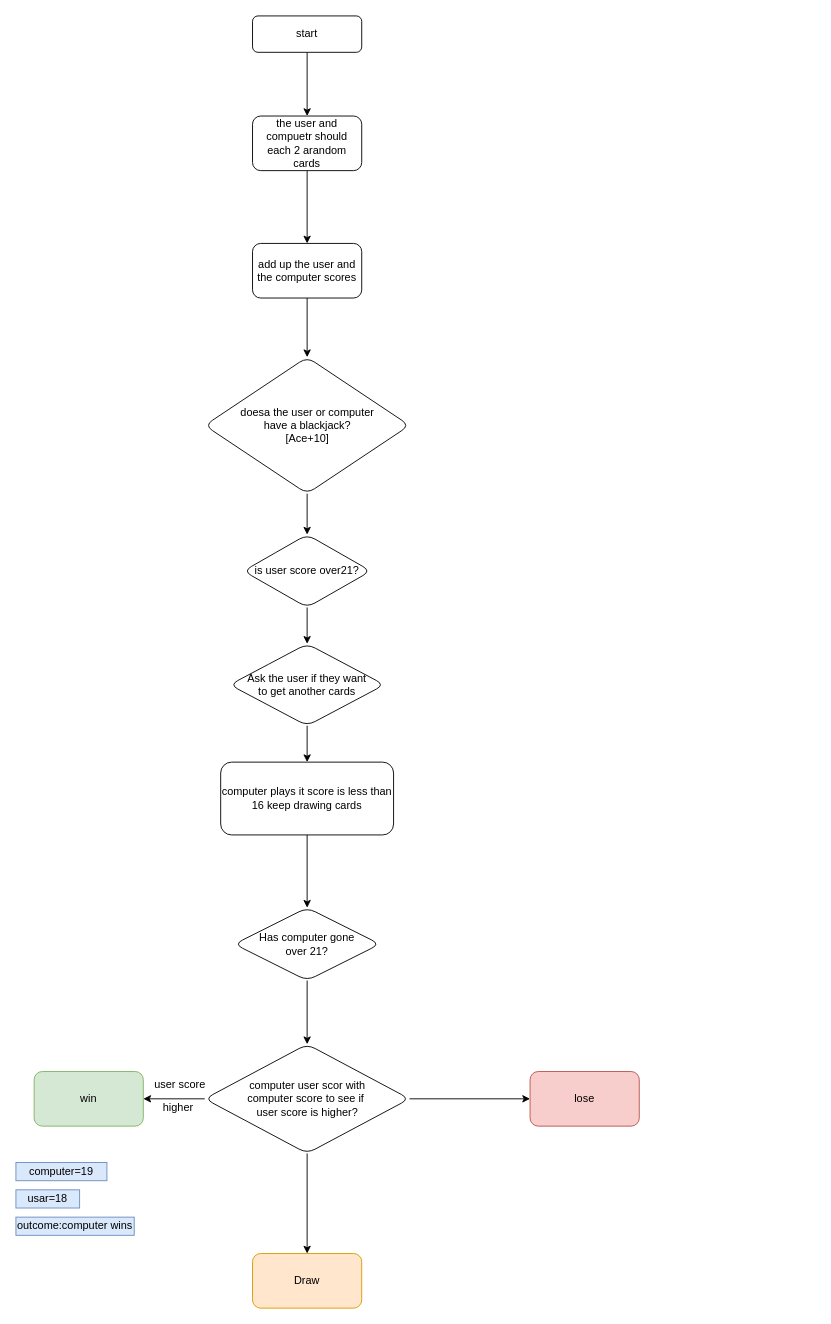
Before: page "Page-1" (1 of 3) of day-11/blackjack.drawio in wer340/python-angelayu, a draw.io diagram. Source tidied: cells renumbered, new cells numbered last; positions are measured from the earlier drawing's top-left corner, leaving out a move shared by most shapes. Both pictures are drawn from the tidied source at 91%, with x=0, y=0 at pixel (15, 15).
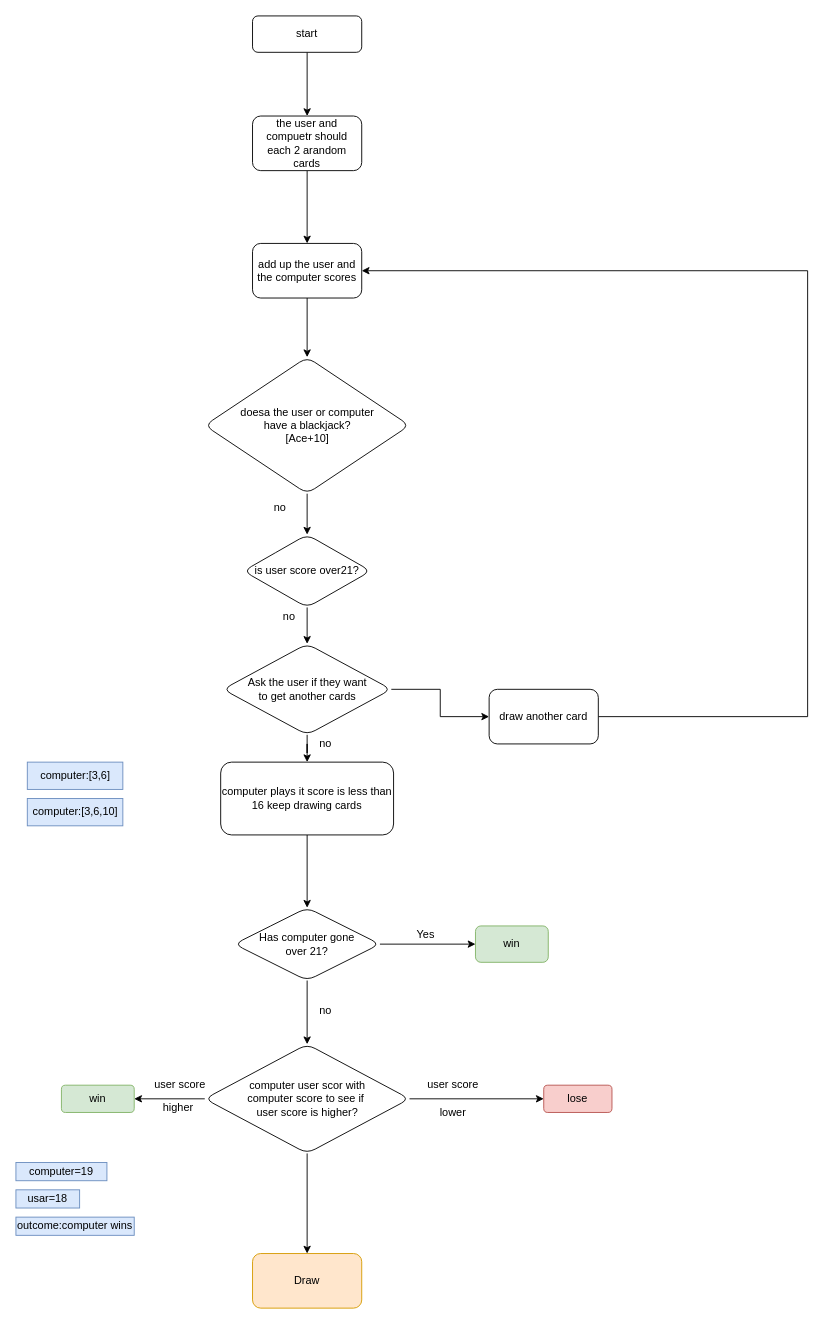
After the change.

Unchanged cells that the change refers to:
```xml
<mxCell id="7" value="add up the user and the computer scores" style="whiteSpace=wrap;html=1;rounded=1;glass=0;strokeWidth=1;shadow=0;" parent="1" vertex="1">
  <mxGeometry x="260" y="250" width="120" height="60" as="geometry" />
</mxCell>
<mxCell id="17" value="Has computer gone&lt;br&gt;over 21?" style="rhombus;whiteSpace=wrap;html=1;rounded=1;glass=0;strokeWidth=1;shadow=0;" parent="1" vertex="1">
  <mxGeometry x="240" y="980" width="160" height="80" as="geometry" />
</mxCell>
```

The edit, as a diff of the source:
```diff
@@
+    <mxCell id="30" style="edgeStyle=orthogonalEdgeStyle;rounded=0;jettySize=auto;html=1;" parent="1" edge="1" source="13" target="43">
+      <mxGeometry relative="1" as="geometry" />
+    </mxCell>
     <mxCell id="13" value="Ask the user if they want&lt;br&gt;to get another cards" style="rhombus;whiteSpace=wrap;html=1;rounded=1;glass=0;strokeWidth=1;shadow=0;" parent="1" vertex="1">
-      <mxGeometry x="235" y="690" width="170" height="90" as="geometry" />
+      <mxGeometry x="227.5" y="690" width="185" height="100" as="geometry" />
     </mxCell>
@@
+    <mxCell id="31" style="edgeStyle=orthogonalEdgeStyle;rounded=0;jettySize=auto;html=1;" parent="1" edge="1" source="17" target="34">
+      <mxGeometry relative="1" as="geometry" />
+    </mxCell>
@@
     <mxCell id="23" value="lose" style="whiteSpace=wrap;html=1;rounded=1;glass=0;strokeWidth=1;shadow=0;fillColor=#f8cecc;strokeColor=#b85450;" parent="1" vertex="1">
-      <mxGeometry x="565" y="1160" width="120" height="60" as="geometry" />
+      <mxGeometry x="580" y="1175" width="75" height="30" as="geometry" />
     </mxCell>
     <mxCell id="24" value="win" style="whiteSpace=wrap;html=1;rounded=1;glass=0;strokeWidth=1;shadow=0;fillColor=#d5e8d4;strokeColor=#82b366;" parent="1" vertex="1">
-      <mxGeometry x="20" y="1160" width="120" height="60" as="geometry" />
+      <mxGeometry x="50" y="1175" width="80" height="30" as="geometry" />
     </mxCell>
@@
+    <mxCell id="32" value="user score" style="text;html=1;align=center;verticalAlign=middle;strokeColor=none;fillColor=none;" parent="1" vertex="1">
+      <mxGeometry x="440" y="1160" width="80" height="30" as="geometry" />
+    </mxCell>
+    <mxCell id="33" value="lower" style="text;html=1;align=center;verticalAlign=middle;strokeColor=none;fillColor=none;" parent="1" vertex="1">
+      <mxGeometry x="455" y="1190" width="50" height="30" as="geometry" />
+    </mxCell>
+    <mxCell id="34" value="win" style="whiteSpace=wrap;html=1;rounded=1;glass=0;strokeWidth=1;shadow=0;fillColor=#d5e8d4;strokeColor=#82b366;" parent="1" vertex="1">
+      <mxGeometry x="505" y="1000" width="80" height="40" as="geometry" />
+    </mxCell>
+    <mxCell id="35" value="Yes" style="text;html=1;align=center;verticalAlign=middle;strokeColor=none;fillColor=none;" parent="1" vertex="1">
+      <mxGeometry x="430" y="995" width="40" height="30" as="geometry" />
+    </mxCell>
+    <mxCell id="36" value="no" style="text;html=1;align=center;verticalAlign=middle;strokeColor=none;fillColor=none;" parent="1" vertex="1">
+      <mxGeometry x="320" y="1078" width="40" height="30" as="geometry" />
+    </mxCell>
+    <mxCell id="37" value="computer:[3,6]" style="rounded=0;whiteSpace=wrap;html=1;fillColor=#dae8fc;strokeColor=#6c8ebf;" parent="1" vertex="1">
+      <mxGeometry x="12.5" y="820" width="105" height="30" as="geometry" />
+    </mxCell>
+    <mxCell id="38" value="computer:[3,6,10]" style="rounded=0;whiteSpace=wrap;html=1;fillColor=#dae8fc;strokeColor=#6c8ebf;" parent="1" vertex="1">
+      <mxGeometry x="12.5" y="860" width="105" height="30" as="geometry" />
+    </mxCell>
+    <mxCell id="39" value="no" style="text;html=1;align=center;verticalAlign=middle;strokeColor=none;fillColor=none;" parent="1" vertex="1">
+      <mxGeometry x="320" y="785" width="40" height="30" as="geometry" />
+    </mxCell>
+    <mxCell id="40" value="no" style="text;html=1;align=center;verticalAlign=middle;strokeColor=none;fillColor=none;" parent="1" vertex="1">
+      <mxGeometry x="280" y="645" width="40" height="30" as="geometry" />
+    </mxCell>
+    <mxCell id="41" value="no" style="text;html=1;align=center;verticalAlign=middle;strokeColor=none;fillColor=none;" parent="1" vertex="1">
+      <mxGeometry x="270" y="525" width="40" height="30" as="geometry" />
+    </mxCell>
+    <mxCell id="42" style="edgeStyle=orthogonalEdgeStyle;rounded=0;jettySize=auto;html=1;entryX=1;entryY=0.5;entryDx=0;entryDy=0;" parent="1" edge="1" source="43" target="7">
+      <mxGeometry relative="1" as="geometry">
+        <Array as="points">
+          <mxPoint x="870" y="770" />
+          <mxPoint x="870" y="280" />
+        </Array>
+      </mxGeometry>
+    </mxCell>
+    <mxCell id="43" value="draw another card" style="whiteSpace=wrap;html=1;rounded=1;glass=0;strokeWidth=1;shadow=0;" parent="1" vertex="1">
+      <mxGeometry x="520" y="740" width="120" height="60" as="geometry" />
+    </mxCell>
```
